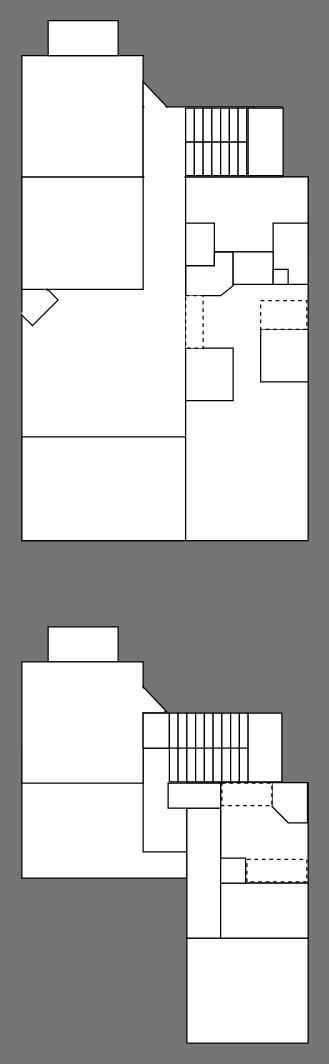
The draw.io diagram KWD Home Assistant Floorplan.drawio in GaTechThomas/drawio, before the edit. Source tidied: cells renumbered, new cells numbered last; positions are measured from the earlier drawing's top-left corner, leaving out a move shared by most shapes. Both pictures are drawn from the tidied source at 125%, with x=0, y=0 at pixel (19, 20).
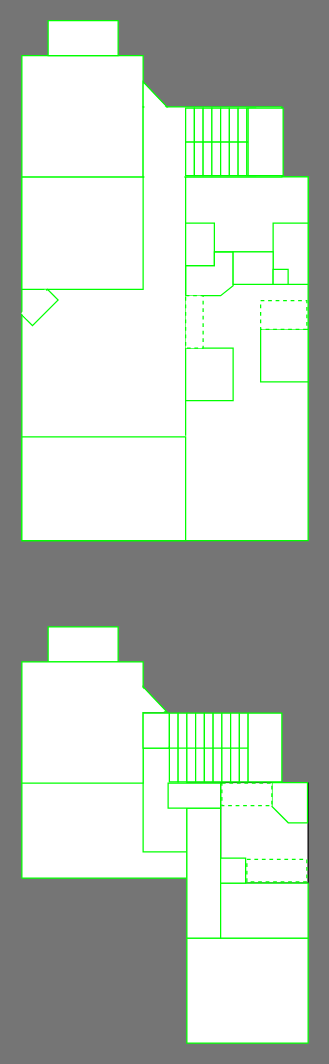
The same page after the edit.

Commit message:
Update KWD Home Assistant Floorplan - change to green lines.drawio

Change to the diagram source:
```diff
@@
-    <mxCell id="2" style="rounded=0;whiteSpace=wrap;html=1;fillColor=#ffffff;" parent="1" vertex="1">
+    <mxCell id="2" style="rounded=0;whiteSpace=wrap;html=1;fillColor=#ffffff;strokeColor=#00FF00;" parent="1" vertex="1">
       <mxGeometry x="2" y="583" width="132" height="103" as="geometry" />
     </mxCell>
-    <mxCell id="3" style="rounded=0;whiteSpace=wrap;html=1;fillColor=#ffffff;" parent="1" vertex="1">
+    <mxCell id="3" style="rounded=0;whiteSpace=wrap;html=1;fillColor=#ffffff;strokeColor=#00FF00;" parent="1" vertex="1">
       <mxGeometry x="99" y="582" width="35" height="83" as="geometry" />
     </mxCell>
@@
-    <mxCell id="5" style="rounded=0;whiteSpace=wrap;html=1;" parent="1" vertex="1">
+    <mxCell id="5" style="rounded=0;whiteSpace=wrap;html=1;strokeColor=#00FF00;" parent="1" vertex="1">
       <mxGeometry x="2" y="125" width="229" height="291" as="geometry" />
     </mxCell>
-    <mxCell id="6" style="endArrow=none;html=1;edgeStyle=orthogonalEdgeStyle;rounded=0;" parent="1" edge="1">
+    <mxCell id="6" style="endArrow=none;html=1;edgeStyle=orthogonalEdgeStyle;rounded=0;strokeColor=#00FF00;" parent="1" edge="1">
       <mxGeometry relative="1" as="geometry">
         <mxPoint x="133" y="332" as="sourcePoint" />
         <mxPoint x="133" y="127" as="targetPoint" />
       </mxGeometry>
     </mxCell>
-    <mxCell id="7" style="rounded=0;whiteSpace=wrap;html=1;" parent="1" vertex="1">
+    <mxCell id="7" style="rounded=0;whiteSpace=wrap;html=1;strokeColor=#00FF00;" parent="1" vertex="1">
       <mxGeometry x="133" y="125" width="98" height="60" as="geometry" />
     </mxCell>
-    <mxCell id="8" style="rounded=0;whiteSpace=wrap;html=1;" parent="1" vertex="1">
+    <mxCell id="8" style="rounded=0;whiteSpace=wrap;html=1;strokeColor=#00FF00;" parent="1" vertex="1">
       <mxGeometry x="133" y="162" width="23" height="34" as="geometry" />
     </mxCell>
-    <mxCell id="9" style="endArrow=none;html=1;rounded=0;" parent="1" edge="1">
+    <mxCell id="9" style="endArrow=none;html=1;rounded=0;strokeColor=#00FF00;" parent="1" edge="1">
       <mxGeometry relative="1" as="geometry">
         <mxPoint x="133" y="220" as="sourcePoint" />
         <mxPoint x="133" y="220" as="targetPoint" />
         <Array as="points">
           <mxPoint x="161" y="220" />
           <mxPoint x="171" y="212" />
           <mxPoint x="171" y="185" />
           <mxPoint x="156" y="185" />
           <mxPoint x="156" y="196" />
           <mxPoint x="133" y="196" />
         </Array>
       </mxGeometry>
     </mxCell>
-    <mxCell id="10" style="rounded=0;whiteSpace=wrap;html=1;" parent="1" vertex="1">
+    <mxCell id="10" style="rounded=0;whiteSpace=wrap;html=1;strokeColor=#00FF00;" parent="1" vertex="1">
       <mxGeometry x="193" y="247" width="38" height="42" as="geometry" />
     </mxCell>
-    <mxCell id="11" style="rounded=0;whiteSpace=wrap;html=1;" parent="1" vertex="1">
+    <mxCell id="11" style="rounded=0;whiteSpace=wrap;html=1;strokeColor=#00FF00;" parent="1" vertex="1">
       <mxGeometry x="133" y="262" width="38" height="42" as="geometry" />
     </mxCell>
-    <mxCell id="12" style="rounded=0;whiteSpace=wrap;html=1;" parent="1" vertex="1">
+    <mxCell id="12" style="rounded=0;whiteSpace=wrap;html=1;strokeColor=#00FF00;" parent="1" vertex="1">
       <mxGeometry x="203" y="162" width="28" height="49" as="geometry" />
     </mxCell>
-    <mxCell id="13" style="rounded=0;whiteSpace=wrap;html=1;" parent="1" vertex="1">
+    <mxCell id="13" style="rounded=0;whiteSpace=wrap;html=1;strokeColor=#00FF00;" parent="1" vertex="1">
       <mxGeometry x="171" y="185" width="32" height="26" as="geometry" />
     </mxCell>
-    <mxCell id="14" style="rounded=0;whiteSpace=wrap;html=1;dashed=1;" parent="1" vertex="1">
+    <mxCell id="14" style="rounded=0;whiteSpace=wrap;html=1;dashed=1;strokeColor=#00FF00;" parent="1" vertex="1">
       <mxGeometry x="133" y="220" width="14" height="42" as="geometry" />
     </mxCell>
-    <mxCell id="15" style="rounded=0;whiteSpace=wrap;html=1;dashed=1;" parent="1" vertex="1">
+    <mxCell id="15" style="rounded=0;whiteSpace=wrap;html=1;dashed=1;strokeColor=#00FF00;" parent="1" vertex="1">
       <mxGeometry x="193" y="224" width="37" height="23" as="geometry" />
     </mxCell>
-    <mxCell id="16" style="rounded=0;whiteSpace=wrap;html=1;" parent="1" vertex="1">
+    <mxCell id="16" style="rounded=0;whiteSpace=wrap;html=1;strokeColor=#00FF00;" parent="1" vertex="1">
       <mxGeometry x="2" y="125" width="97" height="90" as="geometry" />
     </mxCell>
-    <mxCell id="17" style="rounded=0;whiteSpace=wrap;html=1;rotation=-45;" parent="1" vertex="1">
+    <mxCell id="17" style="rounded=0;whiteSpace=wrap;html=1;rotation=-45;strokeColor=#00FF00;" parent="1" vertex="1">
       <mxGeometry x="2" y="223.5" width="29" height="12" as="geometry" />
     </mxCell>
-    <mxCell id="18" style="rounded=0;whiteSpace=wrap;html=1;" parent="1" vertex="1">
+    <mxCell id="18" style="rounded=0;whiteSpace=wrap;html=1;strokeColor=#00FF00;" parent="1" vertex="1">
       <mxGeometry x="2" y="333" width="131" height="83" as="geometry" />
     </mxCell>
-    <mxCell id="19" style="rounded=0;whiteSpace=wrap;html=1;" parent="1" vertex="1">
+    <mxCell id="19" style="rounded=0;whiteSpace=wrap;html=1;strokeColor=#00FF00;" parent="1" vertex="1">
       <mxGeometry x="203" y="199" width="12" height="12" as="geometry" />
     </mxCell>
-    <mxCell id="20" style="rounded=0;whiteSpace=wrap;html=1;" parent="1" vertex="1">
+    <mxCell id="20" style="rounded=0;whiteSpace=wrap;html=1;strokeColor=#00FF00;" parent="1" vertex="1">
       <mxGeometry x="2" y="28" width="97" height="97" as="geometry" />
     </mxCell>
-    <mxCell id="21" style="rounded=0;whiteSpace=wrap;html=1;" parent="1" vertex="1">
+    <mxCell id="21" style="rounded=0;whiteSpace=wrap;html=1;strokeColor=#00FF00;" parent="1" vertex="1">
       <mxGeometry x="99" y="69" width="111" height="56" as="geometry" />
     </mxCell>
-    <mxCell id="22" style="rounded=0;whiteSpace=wrap;html=1;" parent="1" vertex="1">
+    <mxCell id="22" style="rounded=0;whiteSpace=wrap;html=1;strokeColor=#00FF00;" parent="1" vertex="1">
       <mxGeometry x="23" width="56" height="28" as="geometry" />
     </mxCell>
-    <mxCell id="23" style="rounded=0;whiteSpace=wrap;html=1;" parent="1" vertex="1">
+    <mxCell id="23" style="rounded=0;whiteSpace=wrap;html=1;strokeColor=#00FF00;" parent="1" vertex="1">
       <mxGeometry x="23" y="485" width="56" height="28" as="geometry" />
     </mxCell>
-    <mxCell id="24" style="rounded=0;whiteSpace=wrap;html=1;" parent="1" vertex="1">
+    <mxCell id="24" style="rounded=0;whiteSpace=wrap;html=1;strokeColor=#00FF00;" parent="1" vertex="1">
       <mxGeometry x="2" y="513" width="97" height="97" as="geometry" />
     </mxCell>
-    <mxCell id="25" style="verticalLabelPosition=bottom;verticalAlign=top;html=1;shape=mxgraph.basic.orthogonal_triangle;" parent="1" vertex="1">
+    <mxCell id="25" style="verticalLabelPosition=bottom;verticalAlign=top;html=1;shape=mxgraph.basic.orthogonal_triangle;strokeColor=#00FF00;" parent="1" vertex="1">
       <mxGeometry x="99" y="533" width="19" height="20" as="geometry" />
     </mxCell>
@@
-    <mxCell id="27" style="rounded=0;whiteSpace=wrap;html=1;" parent="1" vertex="1">
+    <mxCell id="27" style="rounded=0;whiteSpace=wrap;html=1;strokeColor=#00FF00;" parent="1" vertex="1">
       <mxGeometry x="99" y="554" width="21" height="28" as="geometry" />
     </mxCell>
-    <mxCell id="28" style="rounded=0;whiteSpace=wrap;html=1;" parent="1" vertex="1">
+    <mxCell id="28" style="rounded=0;whiteSpace=wrap;html=1;strokeColor=#00FF00;" parent="1" vertex="1">
       <mxGeometry x="120" y="581" width="7" height="28" as="geometry" />
     </mxCell>
-    <mxCell id="29" style="rounded=0;whiteSpace=wrap;html=1;" parent="1" vertex="1">
+    <mxCell id="29" style="rounded=0;whiteSpace=wrap;html=1;strokeColor=#00FF00;" parent="1" vertex="1">
       <mxGeometry x="127" y="581" width="7" height="28" as="geometry" />
     </mxCell>
-    <mxCell id="30" style="rounded=0;whiteSpace=wrap;html=1;" parent="1" vertex="1">
+    <mxCell id="30" style="rounded=0;whiteSpace=wrap;html=1;strokeColor=#00FF00;" parent="1" vertex="1">
       <mxGeometry x="134" y="581" width="7" height="28" as="geometry" />
     </mxCell>
-    <mxCell id="31" style="rounded=0;whiteSpace=wrap;html=1;" parent="1" vertex="1">
+    <mxCell id="31" style="rounded=0;whiteSpace=wrap;html=1;strokeColor=#00FF00;" parent="1" vertex="1">
       <mxGeometry x="141" y="581" width="7" height="28" as="geometry" />
     </mxCell>
-    <mxCell id="32" style="rounded=0;whiteSpace=wrap;html=1;" parent="1" vertex="1">
+    <mxCell id="32" style="rounded=0;whiteSpace=wrap;html=1;strokeColor=#00FF00;" parent="1" vertex="1">
       <mxGeometry x="148" y="581" width="7" height="28" as="geometry" />
     </mxCell>
-    <mxCell id="33" style="rounded=0;whiteSpace=wrap;html=1;" parent="1" vertex="1">
+    <mxCell id="33" style="rounded=0;whiteSpace=wrap;html=1;strokeColor=#00FF00;" parent="1" vertex="1">
       <mxGeometry x="155" y="581" width="7" height="28" as="geometry" />
     </mxCell>
-    <mxCell id="34" style="rounded=0;whiteSpace=wrap;html=1;" parent="1" vertex="1">
+    <mxCell id="34" style="rounded=0;whiteSpace=wrap;html=1;strokeColor=#00FF00;" parent="1" vertex="1">
       <mxGeometry x="162" y="581" width="7" height="28" as="geometry" />
     </mxCell>
-    <mxCell id="35" style="rounded=0;whiteSpace=wrap;html=1;" parent="1" vertex="1">
+    <mxCell id="35" style="rounded=0;whiteSpace=wrap;html=1;strokeColor=#00FF00;" parent="1" vertex="1">
       <mxGeometry x="169" y="581" width="7" height="28" as="geometry" />
     </mxCell>
-    <mxCell id="36" style="rounded=0;whiteSpace=wrap;html=1;" parent="1" vertex="1">
+    <mxCell id="36" style="rounded=0;whiteSpace=wrap;html=1;strokeColor=#00FF00;" parent="1" vertex="1">
       <mxGeometry x="176" y="581" width="7" height="28" as="geometry" />
     </mxCell>
-    <mxCell id="37" style="rounded=0;whiteSpace=wrap;html=1;" parent="1" vertex="1">
+    <mxCell id="37" style="rounded=0;whiteSpace=wrap;html=1;strokeColor=#00FF00;" parent="1" vertex="1">
       <mxGeometry x="120" y="554" width="7" height="28" as="geometry" />
     </mxCell>
-    <mxCell id="38" style="rounded=0;whiteSpace=wrap;html=1;" parent="1" vertex="1">
+    <mxCell id="38" style="rounded=0;whiteSpace=wrap;html=1;strokeColor=#00FF00;" parent="1" vertex="1">
       <mxGeometry x="127" y="554" width="7" height="28" as="geometry" />
     </mxCell>
-    <mxCell id="39" style="rounded=0;whiteSpace=wrap;html=1;" parent="1" vertex="1">
+    <mxCell id="39" style="rounded=0;whiteSpace=wrap;html=1;strokeColor=#00FF00;" parent="1" vertex="1">
       <mxGeometry x="134" y="554" width="7" height="28" as="geometry" />
     </mxCell>
-    <mxCell id="40" style="rounded=0;whiteSpace=wrap;html=1;" parent="1" vertex="1">
+    <mxCell id="40" style="rounded=0;whiteSpace=wrap;html=1;strokeColor=#00FF00;" parent="1" vertex="1">
       <mxGeometry x="141" y="554" width="7" height="28" as="geometry" />
     </mxCell>
-    <mxCell id="41" style="rounded=0;whiteSpace=wrap;html=1;" parent="1" vertex="1">
+    <mxCell id="41" style="rounded=0;whiteSpace=wrap;html=1;strokeColor=#00FF00;" parent="1" vertex="1">
       <mxGeometry x="148" y="554" width="7" height="28" as="geometry" />
     </mxCell>
-    <mxCell id="42" style="rounded=0;whiteSpace=wrap;html=1;" parent="1" vertex="1">
+    <mxCell id="42" style="rounded=0;whiteSpace=wrap;html=1;strokeColor=#00FF00;" parent="1" vertex="1">
       <mxGeometry x="155" y="554" width="7" height="28" as="geometry" />
     </mxCell>
-    <mxCell id="43" style="rounded=0;whiteSpace=wrap;html=1;" parent="1" vertex="1">
+    <mxCell id="43" style="rounded=0;whiteSpace=wrap;html=1;strokeColor=#00FF00;" parent="1" vertex="1">
       <mxGeometry x="162" y="554" width="7" height="28" as="geometry" />
     </mxCell>
-    <mxCell id="44" style="rounded=0;whiteSpace=wrap;html=1;" parent="1" vertex="1">
+    <mxCell id="44" style="rounded=0;whiteSpace=wrap;html=1;strokeColor=#00FF00;" parent="1" vertex="1">
       <mxGeometry x="169" y="554" width="7" height="28" as="geometry" />
     </mxCell>
-    <mxCell id="45" style="rounded=0;whiteSpace=wrap;html=1;" parent="1" vertex="1">
+    <mxCell id="45" style="rounded=0;whiteSpace=wrap;html=1;strokeColor=#00FF00;" parent="1" vertex="1">
       <mxGeometry x="176" y="554" width="7" height="28" as="geometry" />
     </mxCell>
-    <mxCell id="46" style="rounded=0;whiteSpace=wrap;html=1;" parent="1" vertex="1">
+    <mxCell id="46" style="rounded=0;whiteSpace=wrap;html=1;strokeColor=#00FF00;" parent="1" vertex="1">
       <mxGeometry x="183" y="554" width="27" height="55" as="geometry" />
     </mxCell>
-    <mxCell id="47" style="rounded=0;whiteSpace=wrap;html=1;" parent="1" vertex="1">
+    <mxCell id="47" style="rounded=0;whiteSpace=wrap;html=1;strokeColor=#00FF00;" parent="1" vertex="1">
       <mxGeometry x="133" y="97" width="7" height="27" as="geometry" />
     </mxCell>
-    <mxCell id="48" style="rounded=0;whiteSpace=wrap;html=1;" parent="1" vertex="1">
+    <mxCell id="48" style="rounded=0;whiteSpace=wrap;html=1;strokeColor=#00FF00;" parent="1" vertex="1">
       <mxGeometry x="140" y="97" width="7" height="27" as="geometry" />
     </mxCell>
-    <mxCell id="49" style="rounded=0;whiteSpace=wrap;html=1;" parent="1" vertex="1">
+    <mxCell id="49" style="rounded=0;whiteSpace=wrap;html=1;strokeColor=#00FF00;" parent="1" vertex="1">
       <mxGeometry x="147" y="97" width="7" height="27" as="geometry" />
     </mxCell>
-    <mxCell id="50" style="rounded=0;whiteSpace=wrap;html=1;" parent="1" vertex="1">
+    <mxCell id="50" style="rounded=0;whiteSpace=wrap;html=1;strokeColor=#00FF00;" parent="1" vertex="1">
       <mxGeometry x="154" y="97" width="7" height="27" as="geometry" />
     </mxCell>
-    <mxCell id="51" style="rounded=0;whiteSpace=wrap;html=1;" parent="1" vertex="1">
+    <mxCell id="51" style="rounded=0;whiteSpace=wrap;html=1;strokeColor=#00FF00;" parent="1" vertex="1">
       <mxGeometry x="161" y="97" width="7" height="27" as="geometry" />
     </mxCell>
-    <mxCell id="52" style="rounded=0;whiteSpace=wrap;html=1;" parent="1" vertex="1">
+    <mxCell id="52" style="rounded=0;whiteSpace=wrap;html=1;strokeColor=#00FF00;" parent="1" vertex="1">
       <mxGeometry x="168" y="97" width="7" height="27" as="geometry" />
     </mxCell>
-    <mxCell id="53" style="rounded=0;whiteSpace=wrap;html=1;" parent="1" vertex="1">
+    <mxCell id="53" style="rounded=0;whiteSpace=wrap;html=1;strokeColor=#00FF00;" parent="1" vertex="1">
       <mxGeometry x="175" y="97" width="7" height="27" as="geometry" />
     </mxCell>
-    <mxCell id="54" style="rounded=0;whiteSpace=wrap;html=1;" parent="1" vertex="1">
+    <mxCell id="54" style="rounded=0;whiteSpace=wrap;html=1;strokeColor=#00FF00;" parent="1" vertex="1">
       <mxGeometry x="182" y="97" width="7" height="27" as="geometry" />
     </mxCell>
-    <mxCell id="55" style="rounded=0;whiteSpace=wrap;html=1;" parent="1" vertex="1">
+    <mxCell id="55" style="rounded=0;whiteSpace=wrap;html=1;strokeColor=#00FF00;" parent="1" vertex="1">
       <mxGeometry x="133" y="70" width="7" height="27" as="geometry" />
     </mxCell>
-    <mxCell id="56" style="rounded=0;whiteSpace=wrap;html=1;" parent="1" vertex="1">
+    <mxCell id="56" style="rounded=0;whiteSpace=wrap;html=1;strokeColor=#00FF00;" parent="1" vertex="1">
       <mxGeometry x="140" y="70" width="7" height="27" as="geometry" />
     </mxCell>
-    <mxCell id="57" style="rounded=0;whiteSpace=wrap;html=1;" parent="1" vertex="1">
+    <mxCell id="57" style="rounded=0;whiteSpace=wrap;html=1;strokeColor=#00FF00;" parent="1" vertex="1">
       <mxGeometry x="147" y="70" width="7" height="27" as="geometry" />
     </mxCell>
-    <mxCell id="58" style="rounded=0;whiteSpace=wrap;html=1;" parent="1" vertex="1">
+    <mxCell id="58" style="rounded=0;whiteSpace=wrap;html=1;strokeColor=#00FF00;" parent="1" vertex="1">
       <mxGeometry x="154" y="70" width="7" height="27" as="geometry" />
     </mxCell>
-    <mxCell id="59" style="rounded=0;whiteSpace=wrap;html=1;" parent="1" vertex="1">
+    <mxCell id="59" style="rounded=0;whiteSpace=wrap;html=1;strokeColor=#00FF00;" parent="1" vertex="1">
       <mxGeometry x="161" y="70" width="7" height="27" as="geometry" />
     </mxCell>
-    <mxCell id="60" style="rounded=0;whiteSpace=wrap;html=1;" parent="1" vertex="1">
+    <mxCell id="60" style="rounded=0;whiteSpace=wrap;html=1;strokeColor=#00FF00;" parent="1" vertex="1">
       <mxGeometry x="168" y="70" width="7" height="27" as="geometry" />
     </mxCell>
-    <mxCell id="61" style="rounded=0;whiteSpace=wrap;html=1;" parent="1" vertex="1">
+    <mxCell id="61" style="rounded=0;whiteSpace=wrap;html=1;strokeColor=#00FF00;" parent="1" vertex="1">
       <mxGeometry x="175" y="70" width="7" height="27" as="geometry" />
     </mxCell>
-    <mxCell id="62" style="rounded=0;whiteSpace=wrap;html=1;" parent="1" vertex="1">
+    <mxCell id="62" style="rounded=0;whiteSpace=wrap;html=1;strokeColor=#00FF00;" parent="1" vertex="1">
       <mxGeometry x="182" y="70" width="7" height="27" as="geometry" />
     </mxCell>
-    <mxCell id="63" style="rounded=0;whiteSpace=wrap;html=1;" parent="1" vertex="1">
+    <mxCell id="63" style="rounded=0;whiteSpace=wrap;html=1;strokeColor=#00FF00;" parent="1" vertex="1">
       <mxGeometry x="183" y="70" width="28" height="54" as="geometry" />
     </mxCell>
@@
-    <mxCell id="66" style="verticalLabelPosition=bottom;verticalAlign=top;html=1;shape=mxgraph.basic.orthogonal_triangle;" parent="1" vertex="1">
+    <mxCell id="66" style="verticalLabelPosition=bottom;verticalAlign=top;html=1;shape=mxgraph.basic.orthogonal_triangle;strokeColor=#00FF00;" parent="1" vertex="1">
       <mxGeometry x="99" y="49" width="19" height="20" as="geometry" />
     </mxCell>
@@
-    <mxCell id="68" style="rounded=0;whiteSpace=wrap;html=1;fillColor=#ffffff;" parent="1" vertex="1">
+    <mxCell id="68" style="rounded=0;whiteSpace=wrap;html=1;fillColor=#ffffff;strokeColor=#00FF00;" parent="1" vertex="1">
       <mxGeometry x="134" y="734" width="97" height="84" as="geometry" />
     </mxCell>
-    <mxCell id="69" style="rounded=0;whiteSpace=wrap;html=1;fillColor=#ffffff;" parent="1" vertex="1">
+    <mxCell id="69" style="rounded=0;whiteSpace=wrap;html=1;fillColor=#ffffff;strokeColor=#00FF00;" parent="1" vertex="1">
       <mxGeometry x="134" y="630" width="27" height="104" as="geometry" />
     </mxCell>
-    <mxCell id="70" style="rounded=0;whiteSpace=wrap;html=1;fillColor=#ffffff;" parent="1" vertex="1">
+    <mxCell id="70" style="rounded=0;whiteSpace=wrap;html=1;fillColor=#ffffff;strokeColor=#00FF00;" parent="1" vertex="1">
       <mxGeometry x="161" y="690" width="70" height="44" as="geometry" />
     </mxCell>
-    <mxCell id="71" style="shape=card;whiteSpace=wrap;html=1;fillColor=#ffffff;rotation=-90;size=13;" parent="1" vertex="1">
+    <mxCell id="71" style="shape=card;whiteSpace=wrap;html=1;fillColor=#ffffff;rotation=-90;size=13;strokeColor=#00FF00;" parent="1" vertex="1">
       <mxGeometry x="200.2" y="611.4" width="32.2" height="28.4" as="geometry" />
     </mxCell>
-    <mxCell id="72" style="rounded=0;whiteSpace=wrap;html=1;fillColor=#ffffff;" parent="1" vertex="1">
+    <mxCell id="72" style="rounded=0;whiteSpace=wrap;html=1;fillColor=#ffffff;strokeColor=#00FF00;" parent="1" vertex="1">
       <mxGeometry x="119" y="610" width="42" height="20" as="geometry" />
     </mxCell>
-    <mxCell id="73" style="rounded=0;whiteSpace=wrap;html=1;fillColor=#ffffff;dashed=1;" parent="1" vertex="1">
+    <mxCell id="73" style="rounded=0;whiteSpace=wrap;html=1;fillColor=#ffffff;dashed=1;strokeColor=#00FF00;" parent="1" vertex="1">
       <mxGeometry x="162" y="610" width="40" height="18" as="geometry" />
     </mxCell>
-    <mxCell id="74" style="rounded=0;whiteSpace=wrap;html=1;fillColor=#ffffff;dashed=1;" parent="1" vertex="1">
+    <mxCell id="74" style="rounded=0;whiteSpace=wrap;html=1;fillColor=#ffffff;dashed=1;strokeColor=#00FF00;" parent="1" vertex="1">
       <mxGeometry x="182" y="671" width="48" height="18" as="geometry" />
     </mxCell>
-    <mxCell id="75" style="rounded=0;whiteSpace=wrap;html=1;fillColor=#ffffff;" parent="1" vertex="1">
+    <mxCell id="75" style="rounded=0;whiteSpace=wrap;html=1;fillColor=#ffffff;strokeColor=#00FF00;" parent="1" vertex="1">
       <mxGeometry x="161" y="670" width="20" height="20" as="geometry" />
     </mxCell>
```
